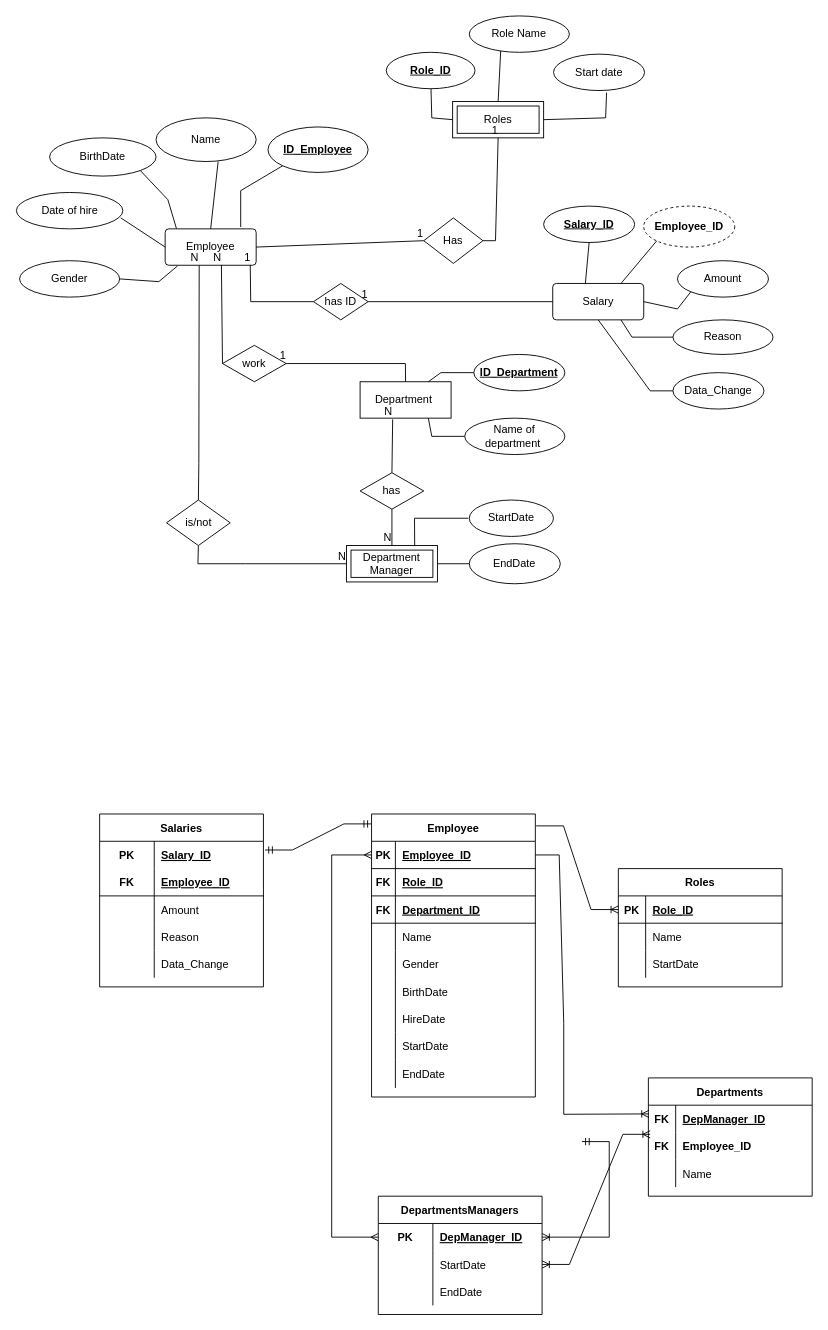
Herikadesiree/webdev_CA1 keeps this draw.io diagram as Untitled Diagram.drawio. Above is the earlier version. Source tidied: cells renumbered, new cells numbered last; positions are measured from the earlier drawing's top-left corner, leaving out a move shared by most shapes. Both pictures are drawn from the tidied source at 91%, with x=0, y=0 at pixel (16, 15).
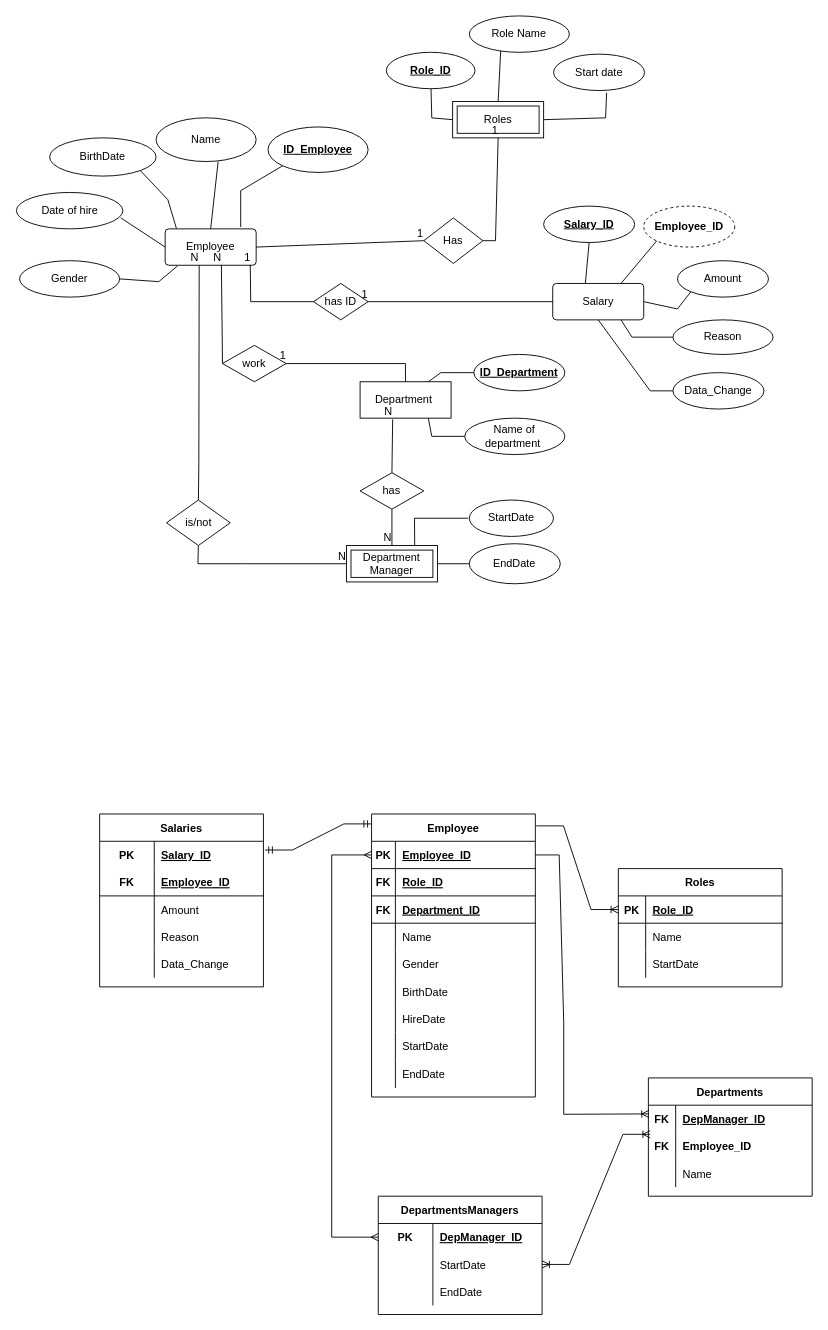
After the change.

Unchanged cells that the change refers to:
```xml
<mxCell id="59" style="shape=tableRow;horizontal=0;startSize=0;swimlaneHead=0;swimlaneBody=0;fillColor=none;points=[[0,0.5],[1,0.5]];portConstraint=eastwest;top=0;left=0;right=0;bottom=0;" parent="58" vertex="1">
  <mxGeometry y="30" width="180" height="30" as="geometry" />
</mxCell>
```

Change to the diagram source:
```diff
@@
-    <mxCell id="85" style="edgeStyle=entityRelationEdgeStyle;fontSize=12;html=1;endArrow=ERoneToMany;startArrow=ERmandOne;rounded=0;entryX=1;entryY=0.5;entryDx=0;entryDy=0;exitX=0.009;exitY=0.333;exitDx=0;exitDy=0;exitPerimeter=0;" parent="1" edge="1" target="59">
-      <mxGeometry relative="1" as="geometry">
-        <mxPoint x="621" y="1237" as="sourcePoint" />
-      </mxGeometry>
-    </mxCell>
```
